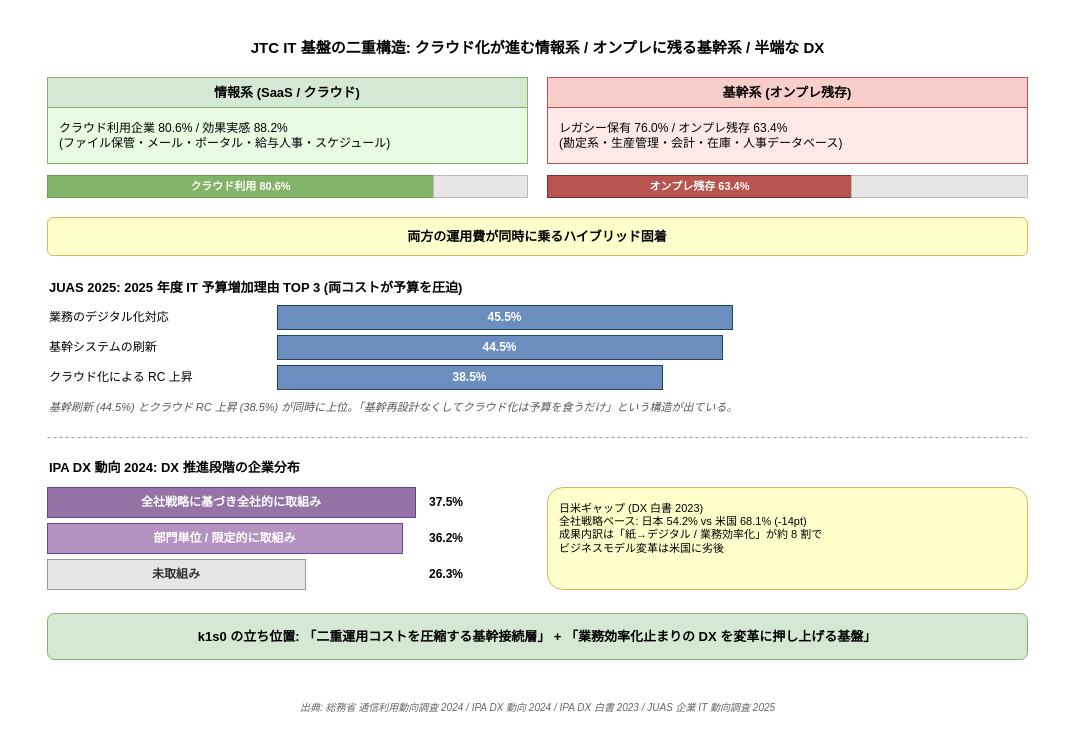
Before: docs/01_企画/01_背景と目的/img/クラウド基幹DX二重構造.drawio in RyuheiKiso/k1s0, a draw.io diagram. Source tidied: cells renumbered, new cells numbered last; positions are measured from the earlier drawing's top-left corner, leaving out a move shared by most shapes. Both pictures are drawn from the tidied source at 100%, with x=0, y=0 at pixel (17, 17).
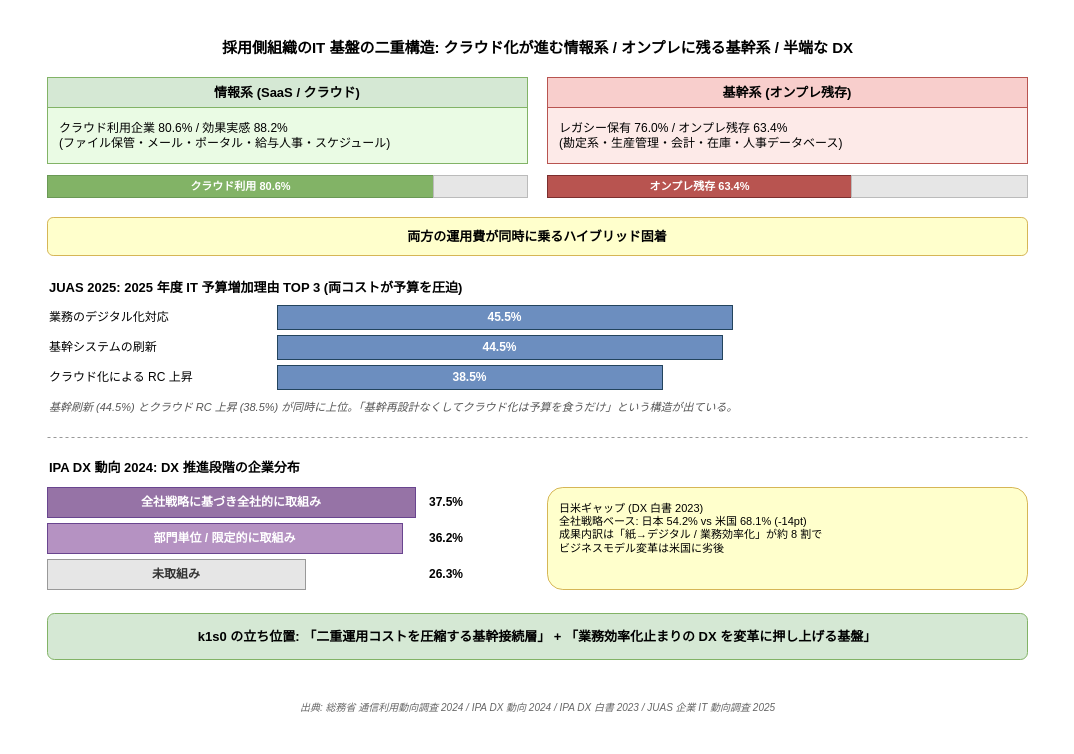
The same page after the edit.

Diff of the diagram source:
```diff
@@
-    <mxCell id="3" value="JTC IT 基盤の二重構造: クラウド化が進む情報系 / オンプレに残る基幹系 / 半端な DX" style="text;html=1;strokeColor=none;fillColor=none;align=center;verticalAlign=middle;fontSize=15;fontStyle=1;" parent="1" vertex="1">
+    <mxCell id="3" value="採用側組織のIT 基盤の二重構造: クラウド化が進む情報系 / オンプレに残る基幹系 / 半端な DX" style="text;html=1;strokeColor=none;fillColor=none;align=center;verticalAlign=middle;fontSize=15;fontStyle=1;" parent="1" vertex="1">
       <mxGeometry y="16" width="1040" height="28" as="geometry" />
     </mxCell>
```
